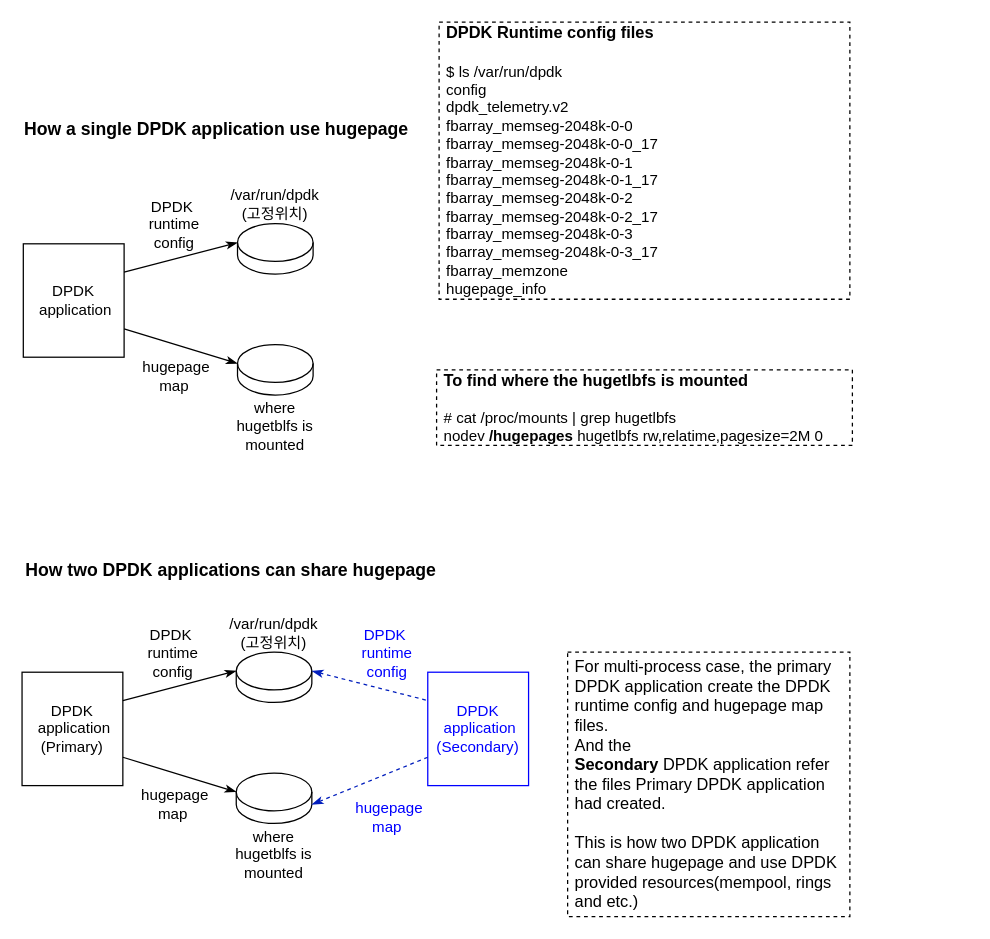
The draw.io diagram page "Basics of DPDK and hugepage" (2 of 3) of dpdk multi-process.drawio in cychong47/how-to-share-hugepage-in-k8s, before the edit. Source tidied: cells renumbered, new cells numbered last; positions are measured from the earlier drawing's top-left corner, leaving out a move shared by most shapes. Both pictures are drawn from the tidied source at 126%, with x=0, y=0 at pixel (21, 21).
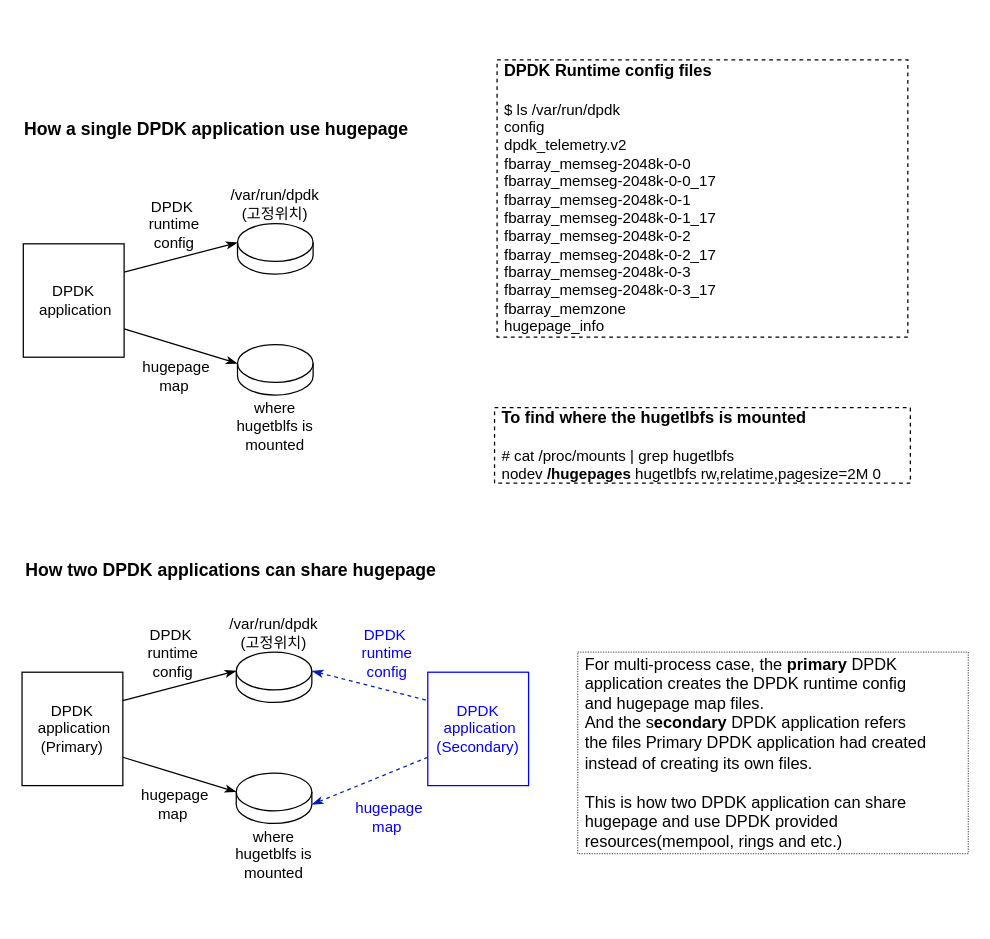
Above is the later version.

What changed in the source:
```diff
@@
     <mxCell id="2" value="&lt;div style=&quot;font-size: 13px&quot;&gt;&lt;b&gt;&lt;font style=&quot;font-size: 13px&quot;&gt;To find where the hugetlbfs is mounted&lt;/font&gt;&lt;/b&gt;&lt;/div&gt;&lt;div style=&quot;font-size: 13px&quot;&gt;&lt;br&gt;&lt;/div&gt;&lt;div&gt;# cat /proc/mounts | grep hugetlbfs&lt;/div&gt;&lt;div&gt;nodev &lt;b&gt;/hugepages&lt;/b&gt; hugetlbfs rw,relatime,pagesize=2M 0&amp;nbsp;&lt;/div&gt;" style="text;html=1;strokeColor=default;fillColor=none;align=left;verticalAlign=middle;whiteSpace=wrap;rounded=0;fontFamily=Helvetica;dashed=1;spacing=6;" parent="1" vertex="1">
-      <mxGeometry x="329" y="276" width="330" height="60" as="geometry" />
+      <mxGeometry x="375" y="306" width="330" height="60" as="geometry" />
     </mxCell>
     <mxCell id="3" value="&lt;div style=&quot;font-size: 13px&quot;&gt;&lt;b&gt;&lt;font style=&quot;font-size: 13px&quot;&gt;DPDK Runtime config files&lt;/font&gt;&lt;/b&gt;&lt;/div&gt;&lt;div style=&quot;font-size: 13px&quot;&gt;&lt;br&gt;&lt;/div&gt;&lt;div&gt;$ ls /var/run/dpdk&lt;/div&gt;&lt;div&gt;config&lt;/div&gt;&lt;div&gt;dpdk_telemetry.v2&lt;/div&gt;&lt;div&gt;fbarray_memseg-2048k-0-0&lt;/div&gt;&lt;div&gt;fbarray_memseg-2048k-0-0_17&lt;/div&gt;&lt;div&gt;fbarray_memseg-2048k-0-1&lt;/div&gt;&lt;div&gt;fbarray_memseg-2048k-0-1_17&lt;/div&gt;&lt;div&gt;fbarray_memseg-2048k-0-2&lt;/div&gt;&lt;div&gt;fbarray_memseg-2048k-0-2_17&lt;/div&gt;&lt;div&gt;fbarray_memseg-2048k-0-3&lt;/div&gt;&lt;div&gt;fbarray_memseg-2048k-0-3_17&lt;/div&gt;&lt;div&gt;fbarray_memzone&lt;/div&gt;&lt;div&gt;hugepage_info&lt;/div&gt;" style="text;html=1;strokeColor=default;fillColor=none;align=left;verticalAlign=middle;whiteSpace=wrap;rounded=0;fontFamily=Helvetica;dashed=1;spacing=6;" parent="1" vertex="1">
-      <mxGeometry x="331" width="326" height="220" as="geometry" />
+      <mxGeometry x="377" y="30" width="326" height="220" as="geometry" />
     </mxCell>
@@
-    <mxCell id="18" value="&lt;div&gt;&lt;font size=&quot;2&quot;&gt;For multi-process case, the&amp;nbsp;primary DPDK application create the DPDK runtime config and&amp;nbsp;hugepage map files.&amp;nbsp;&lt;/font&gt;&lt;/div&gt;&lt;div&gt;&lt;font size=&quot;2&quot;&gt;And the &lt;b&gt;Secondary&lt;/b&gt;&amp;nbsp;DPDK&amp;nbsp;application refer the&amp;nbsp;files Primary DPDK&amp;nbsp;application had created.&lt;/font&gt;&lt;/div&gt;&lt;div&gt;&lt;font size=&quot;2&quot;&gt;&lt;br&gt;&lt;/font&gt;&lt;/div&gt;&lt;div&gt;&lt;font size=&quot;2&quot;&gt;This is how two DPDK&amp;nbsp;application can share hugepage and use DPDK provided resources(mempool, rings and etc.)&lt;/font&gt;&lt;/div&gt;" style="text;html=1;strokeColor=default;fillColor=none;align=left;verticalAlign=middle;whiteSpace=wrap;rounded=0;fontFamily=Helvetica;dashed=1;spacing=6;" parent="1" vertex="1">
-      <mxGeometry x="433" y="500" width="224" height="210" as="geometry" />
-    </mxCell>
@@
+    <mxCell id="31" value="&lt;div&gt;&lt;font size=&quot;2&quot;&gt;For multi-process case, the&amp;nbsp;&lt;b&gt;primary&lt;/b&gt; DPDK application creates the DPDK runtime config and&amp;nbsp;hugepage map files.&amp;nbsp;&lt;/font&gt;&lt;/div&gt;&lt;div&gt;&lt;font size=&quot;2&quot;&gt;And the s&lt;b&gt;econdary&lt;/b&gt;&amp;nbsp;DPDK&amp;nbsp;application refers the&amp;nbsp;files Primary DPDK&amp;nbsp;application had created instead of creating its own files.&lt;/font&gt;&lt;/div&gt;&lt;div&gt;&lt;font size=&quot;2&quot;&gt;&lt;br&gt;&lt;/font&gt;&lt;/div&gt;&lt;div&gt;&lt;font size=&quot;2&quot;&gt;This is how two DPDK&amp;nbsp;application can share hugepage and use DPDK provided resources(mempool, rings and etc.)&lt;/font&gt;&lt;/div&gt;" style="text;html=1;strokeColor=#666666;fillColor=none;align=left;verticalAlign=middle;whiteSpace=wrap;rounded=0;fontFamily=Helvetica;dashed=1;spacing=6;dashPattern=1 1;" parent="1" vertex="1">
+      <mxGeometry x="441" y="500" width="310" height="160" as="geometry" />
+    </mxCell>
```
